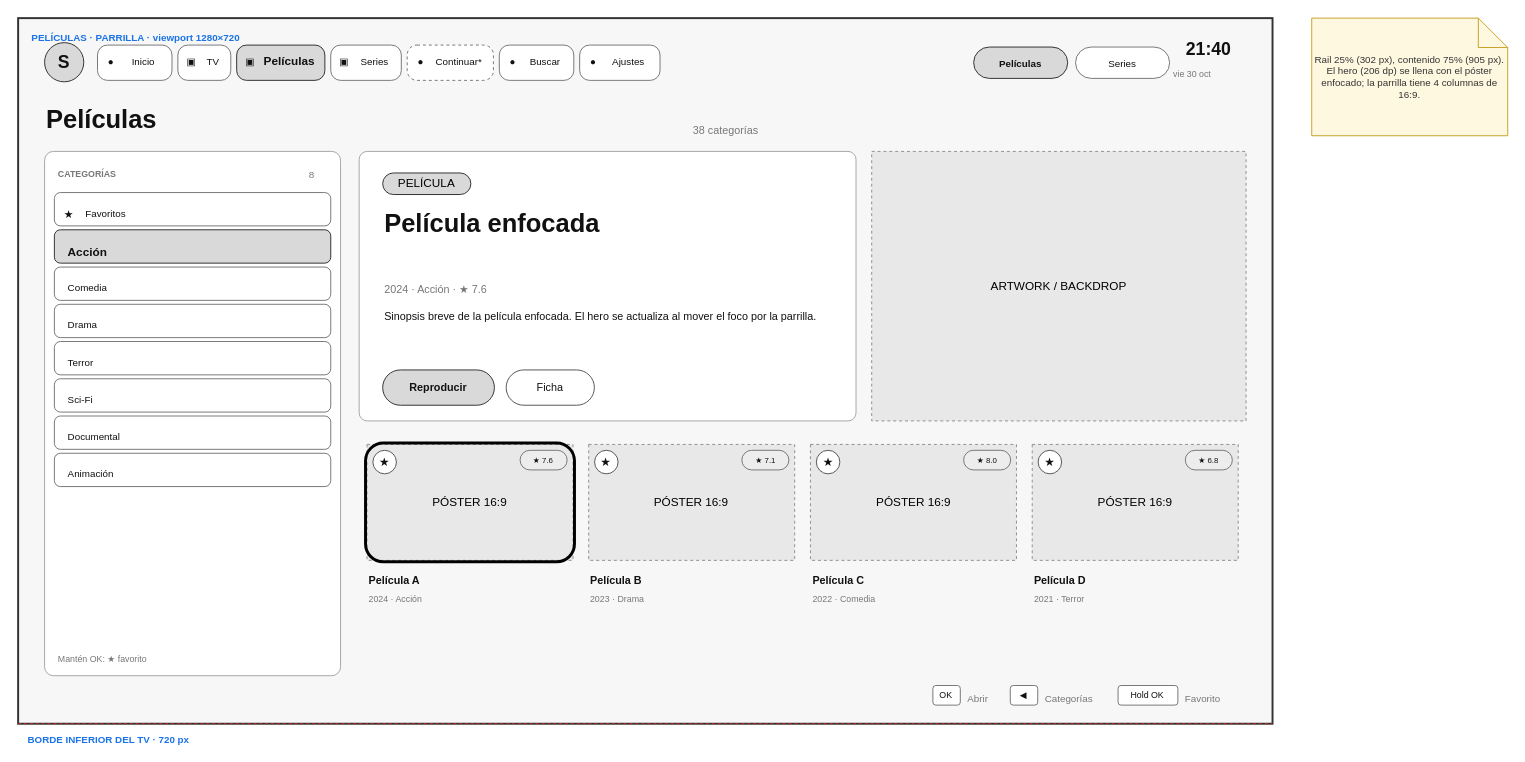
andres3336/streaming keeps this draw.io diagram as page "01 · Películas · parrilla" (2 of 5) of design/layouts/PELICULAS.drawio. Above is the earlier version. Source tidied: cells renumbered, new cells numbered last; positions are measured from the earlier drawing's top-left corner, leaving out a move shared by most shapes. Both pictures are drawn from the tidied source at 98%, with x=0, y=0 at pixel (18, 18).
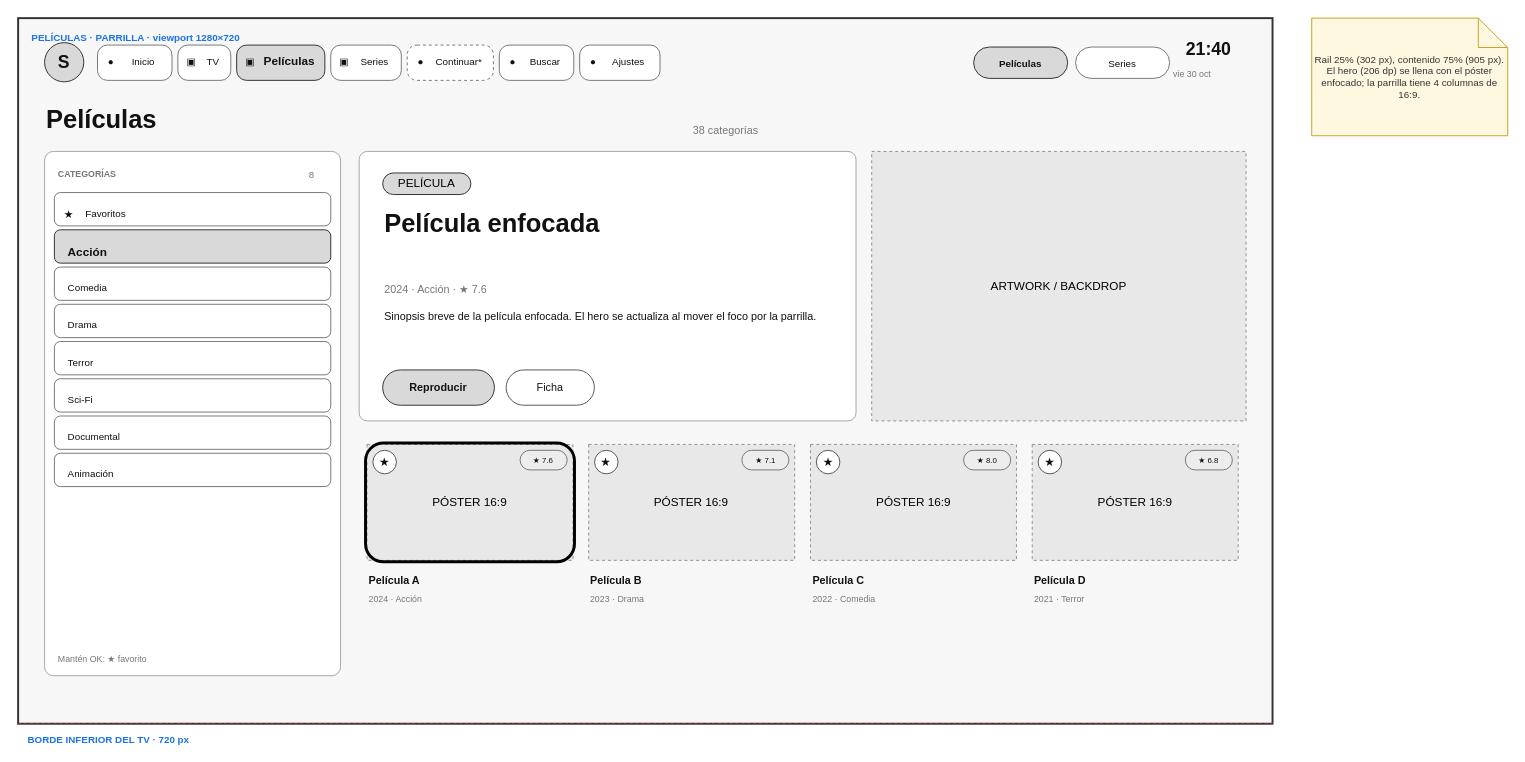
After the change.

Unchanged cells that the change refers to:
```xml
<mxCell id="4" style="group;" parent="2" vertex="1">
  <mxGeometry width="1280" height="720" as="geometry" />
</mxCell>
```

What changed in the source:
```diff
@@
-    <mxCell id="3" parent="0" />
@@
-    <mxCell id="6" value="PELÍCULAS · PARRILLA · viewport 1280×720" style="text;html=1;whiteSpace=wrap;align=left;verticalAlign=top;fontSize=10;fontStyle=1;fontColor=#1A73E8;fontFamily=Helvetica;" parent="3" vertex="1">
-      <mxGeometry x="12" y="8" width="1256" height="18" as="geometry" />
-    </mxCell>
@@
-    <mxCell id="112" style="group;" parent="4" vertex="1">
-      <mxGeometry x="27" y="681" width="1226" height="22" as="geometry" />
-    </mxCell>
-    <mxCell id="113" value="OK" style="rounded=1;arcSize=15;whiteSpace=wrap;html=1;fillColor=#FFFFFF;strokeColor=#777777;strokeWidth=1;fontSize=9;fontColor=#111111;fontFamily=Helvetica;" parent="112" vertex="1">
-      <mxGeometry x="906.4" width="28" height="20" as="geometry" />
-    </mxCell>
-    <mxCell id="114" value="Abrir" style="text;html=1;whiteSpace=wrap;align=left;verticalAlign=top;fontSize=10;fontColor=#777777;fontFamily=Helvetica;" parent="112" vertex="1">
-      <mxGeometry x="940.4" y="1" width="45" height="18" as="geometry" />
-    </mxCell>
-    <mxCell id="115" value="◀" style="rounded=1;arcSize=15;whiteSpace=wrap;html=1;fillColor=#FFFFFF;strokeColor=#777777;strokeWidth=1;fontSize=9;fontColor=#111111;fontFamily=Helvetica;" parent="112" vertex="1">
-      <mxGeometry x="985.4" width="28" height="20" as="geometry" />
-    </mxCell>
-    <mxCell id="116" value="Categorías" style="text;html=1;whiteSpace=wrap;align=left;verticalAlign=top;fontSize=10;fontColor=#777777;fontFamily=Helvetica;" parent="112" vertex="1">
-      <mxGeometry x="1019.4" y="1" width="76" height="18" as="geometry" />
-    </mxCell>
-    <mxCell id="117" value="Hold OK" style="rounded=1;arcSize=15;whiteSpace=wrap;html=1;fillColor=#FFFFFF;strokeColor=#777777;strokeWidth=1;fontSize=9;fontColor=#111111;fontFamily=Helvetica;" parent="112" vertex="1">
-      <mxGeometry x="1095.4" width="61" height="20" as="geometry" />
-    </mxCell>
-    <mxCell id="118" value="Favorito" style="text;html=1;whiteSpace=wrap;align=left;verticalAlign=top;fontSize=10;fontColor=#777777;fontFamily=Helvetica;" parent="112" vertex="1">
-      <mxGeometry x="1162.4" y="1" width="63.6" height="18" as="geometry" />
-    </mxCell>
@@
+    <mxCell id="3" parent="0" />
+    <mxCell id="6" value="PELÍCULAS · PARRILLA · viewport 1280×720" style="text;html=1;whiteSpace=wrap;align=left;verticalAlign=top;fontSize=10;fontStyle=1;fontColor=#1A73E8;fontFamily=Helvetica;" parent="3" vertex="1">
+      <mxGeometry x="12" y="8" width="1256" height="18" as="geometry" />
+    </mxCell>
```
